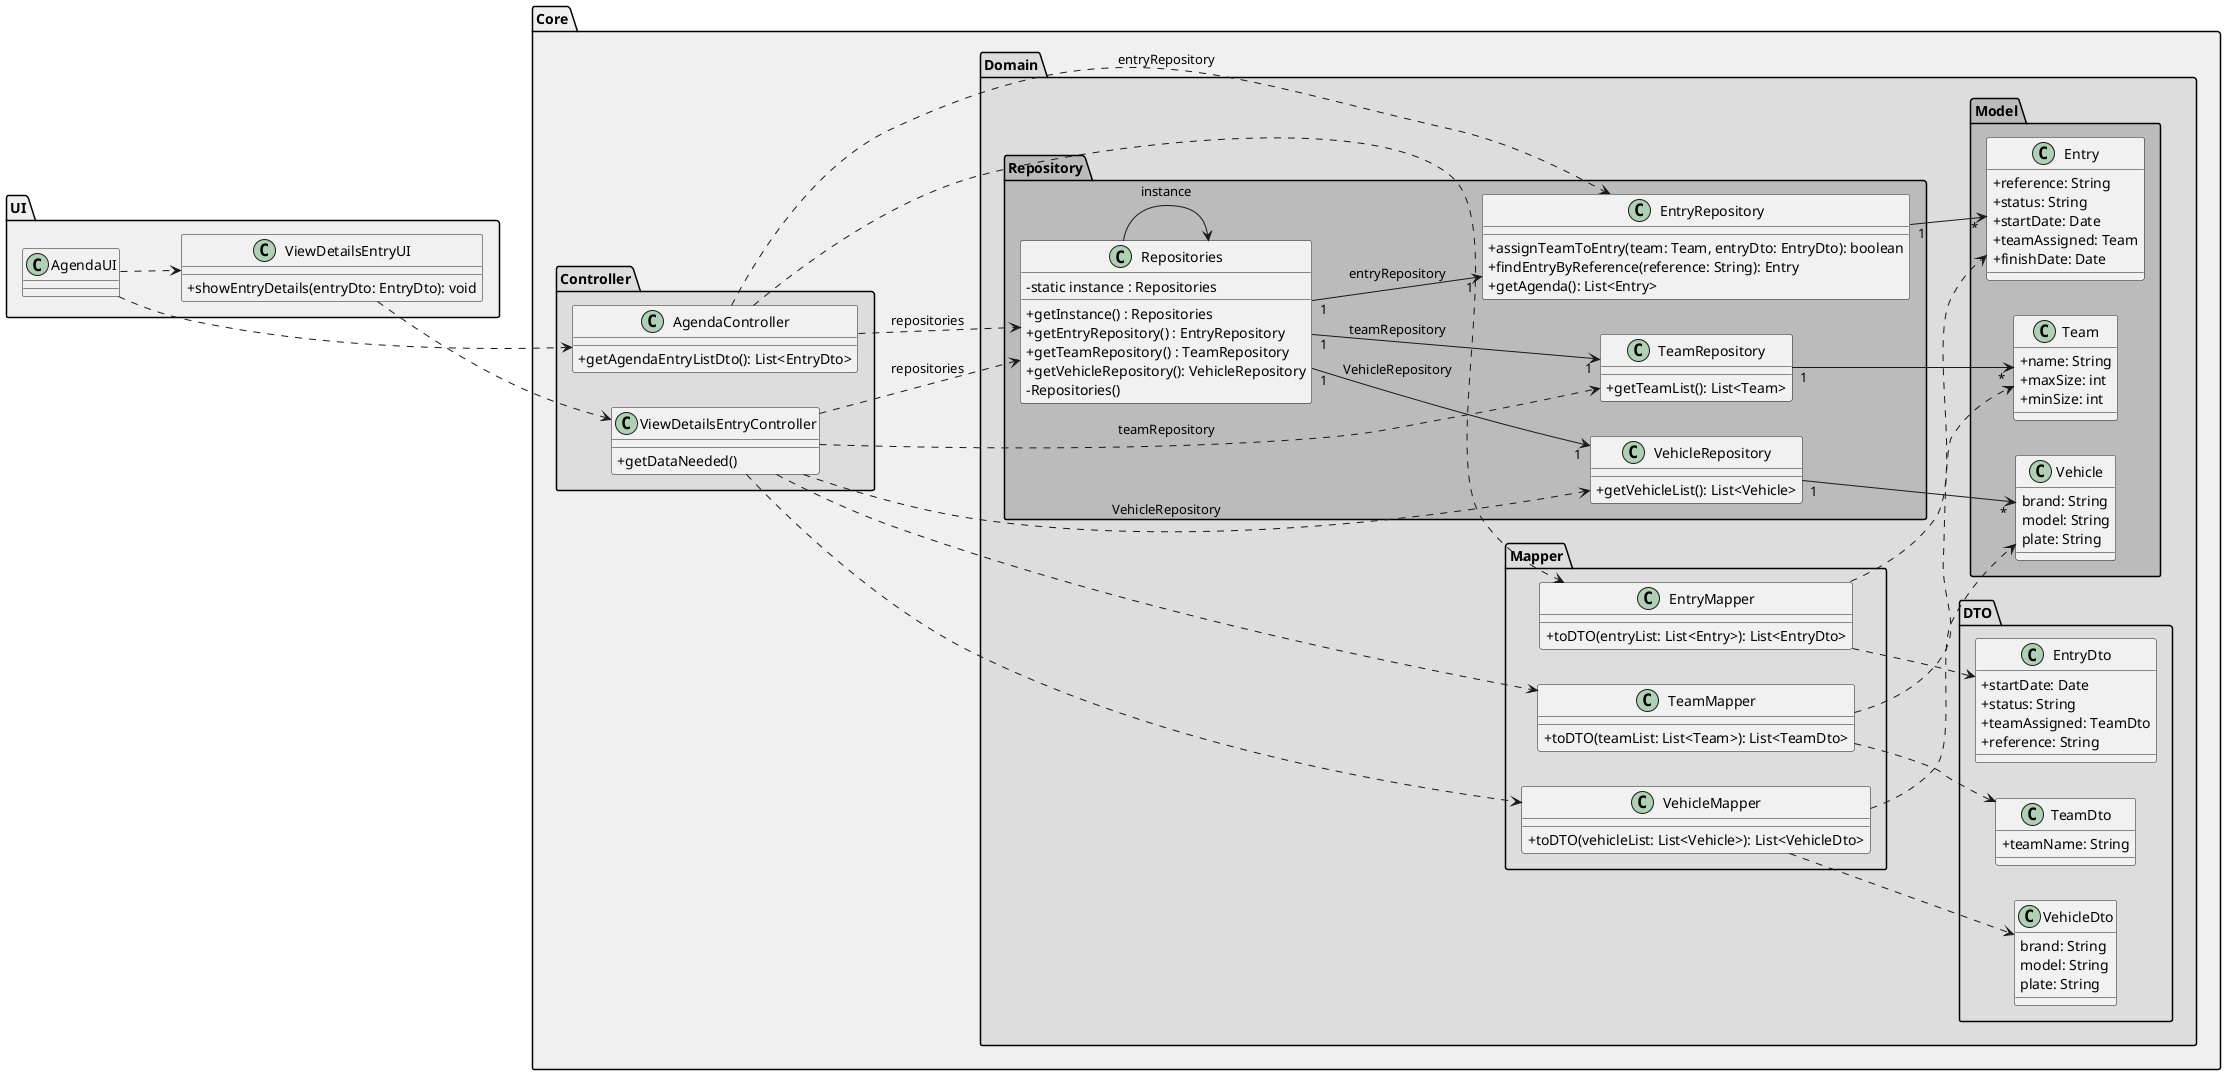
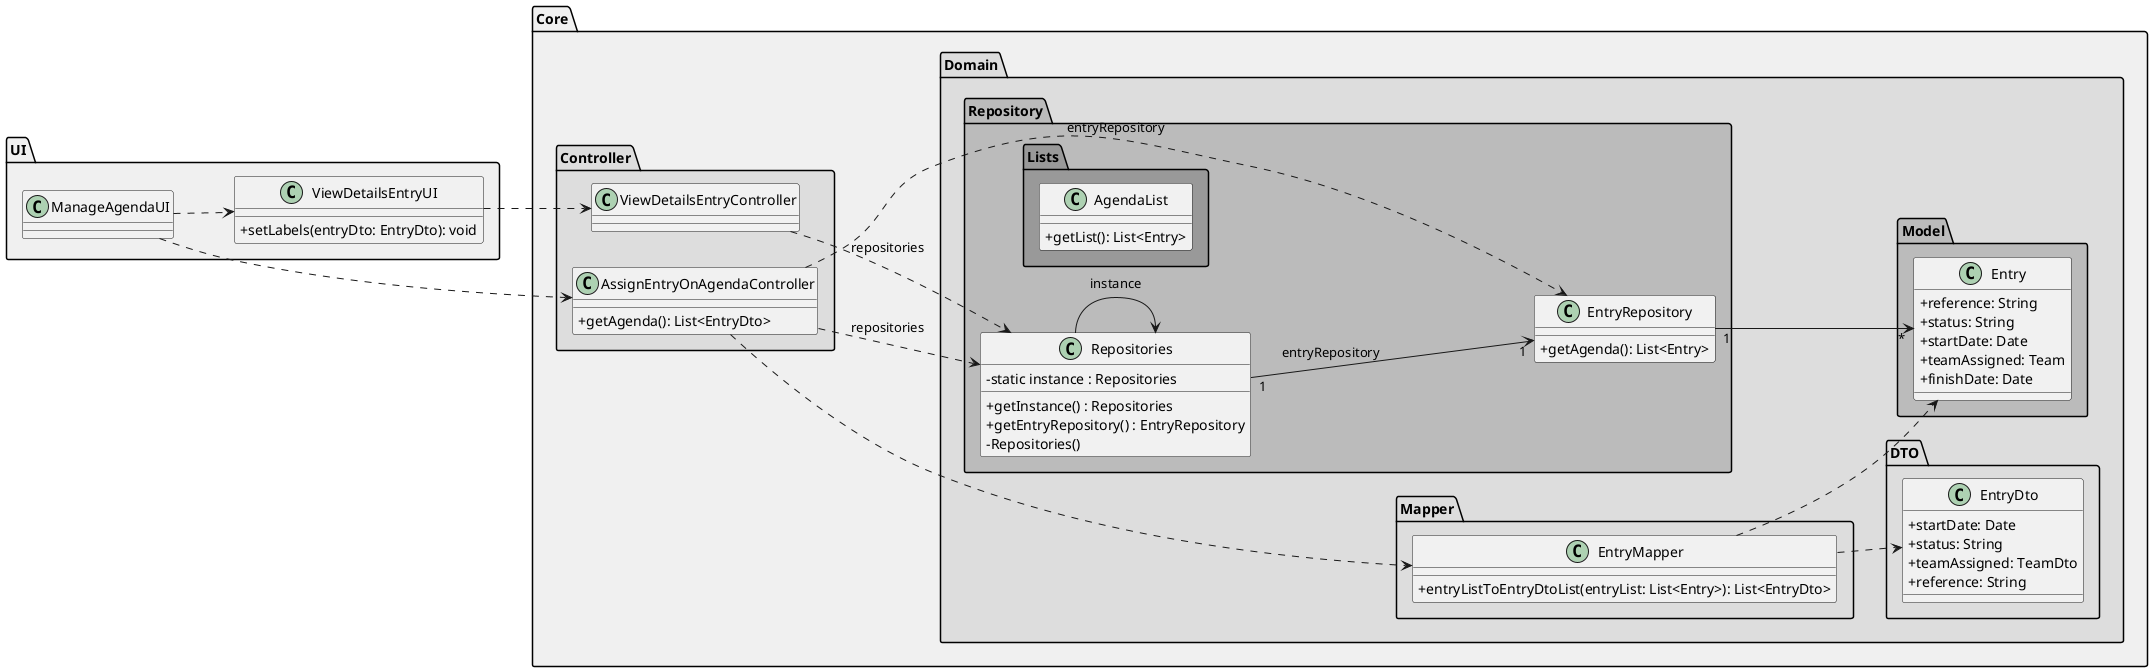
@startuml
skinparam shadowing false
skinparam classAttributeIconSize 0

left to right direction

package "UI" #f0f0f0{
-     class ViewDetailsEntryUI {
-         +showEntryDetails(entryDto: EntryDto): void
+     class ManageAgendaUI {
    }

-     class AgendaUI {
+     class ViewDetailsEntryUI {
+         +setLabels(entryDto: EntryDto): void
    }

-     AgendaUI ..> ViewDetailsEntryUI
+     ManageAgendaUI ..> ViewDetailsEntryUI
}
package "Core" #f0f0f0{

    package "Controller" #dddddd{

        class ViewDetailsEntryController {
-             +getDataNeeded()
        }

        ViewDetailsEntryUI ..>  ViewDetailsEntryController


-         class AgendaController {
-             +getAgendaEntryListDto(): List<EntryDto>
+         class AssignEntryOnAgendaController {
+             +getAgenda(): List<EntryDto>
        }

-         AgendaUI ..> AgendaController
+         ManageAgendaUI ..> AssignEntryOnAgendaController
    }

    package "Domain" #dddddd{


        package "Mapper" #dddddd{

            class EntryMapper {
-                 +toDTO(entryList: List<Entry>): List<EntryDto>
+                 +entryListToEntryDtoList(entryList: List<Entry>): List<EntryDto>
            }

-             AgendaController ..> EntryMapper
- 
-             class TeamMapper {
-                 +toDTO(teamList: List<Team>): List<TeamDto>
-             }
-             ViewDetailsEntryController ..> TeamMapper
- 
-             class VehicleMapper {
-                 +toDTO(vehicleList: List<Vehicle>): List<VehicleDto>
-             }
-             ViewDetailsEntryController ..> VehicleMapper
+             AssignEntryOnAgendaController ..> EntryMapper

        }

        package "DTO" #dddddd{

            class EntryDto {
                +startDate: Date
                +status: String
                +teamAssigned: TeamDto
                +reference: String
            }

            EntryMapper ..> EntryDto

-             class TeamDto {
-                 +teamName: String
-             }
- 
-             TeamMapper ..> TeamDto
- 
-             class VehicleDto {
-                 brand: String
-                 model: String
-                 plate: String
-             }
- 
-             VehicleMapper ..> VehicleDto


        }

        package "Repository" #bbbbbb{

            class Repositories {
                - static instance : Repositories
                + getInstance() : Repositories
                + getEntryRepository() : EntryRepository
-                 + getTeamRepository() : TeamRepository
-                 +getVehicleRepository(): VehicleRepository
                - Repositories()
            }

            ViewDetailsEntryController ..> Repositories : repositories
-             AgendaController ..> Repositories : repositories
+             AssignEntryOnAgendaController ..> Repositories : repositories

            Repositories --> Repositories : instance

            class EntryRepository {
-                 +assignTeamToEntry(team: Team, entryDto: EntryDto): boolean
-                 +findEntryByReference(reference: String): Entry
                +getAgenda(): List<Entry>
            }

            Repositories "1" --> "1" EntryRepository : entryRepository
-             AgendaController ..> EntryRepository : entryRepository
+             AssignEntryOnAgendaController ..> EntryRepository : entryRepository

-             class TeamRepository {
-                 +getTeamList(): List<Team>
+ 
+             package "Lists" #999{
+                 class AgendaList {
+                     +getList(): List<Entry>
+                 }
            }
- 
-             Repositories "1" --> "1" TeamRepository : teamRepository
-             ViewDetailsEntryController ..> TeamRepository: teamRepository
- 
-             class VehicleRepository {
-                 +getVehicleList(): List<Vehicle>
-             }
- 
-             Repositories "1" --> "1" VehicleRepository : VehicleRepository
-             ViewDetailsEntryController ..> VehicleRepository: VehicleRepository
- 
        }

        package "Model" #bbbbbb{

            class Entry {
                +reference: String
                +status: String
                +startDate: Date
                +teamAssigned: Team
                +finishDate: Date
            }

            EntryRepository "1" --> "*" Entry
            EntryMapper  ..> Entry

-             class Team {
-                 +name: String
-                 +maxSize: int
-                 +minSize: int
-             }
- 
-             TeamRepository "1" --> "*" Team
-             TeamMapper  ..> Team
- 
-             class Vehicle {
-                 brand: String
-                 model: String
-                 plate: String
-             }
- 
-             VehicleRepository "1" --> "*" Vehicle
-             VehicleMapper  ..> Vehicle
        }



    }
}

@enduml
